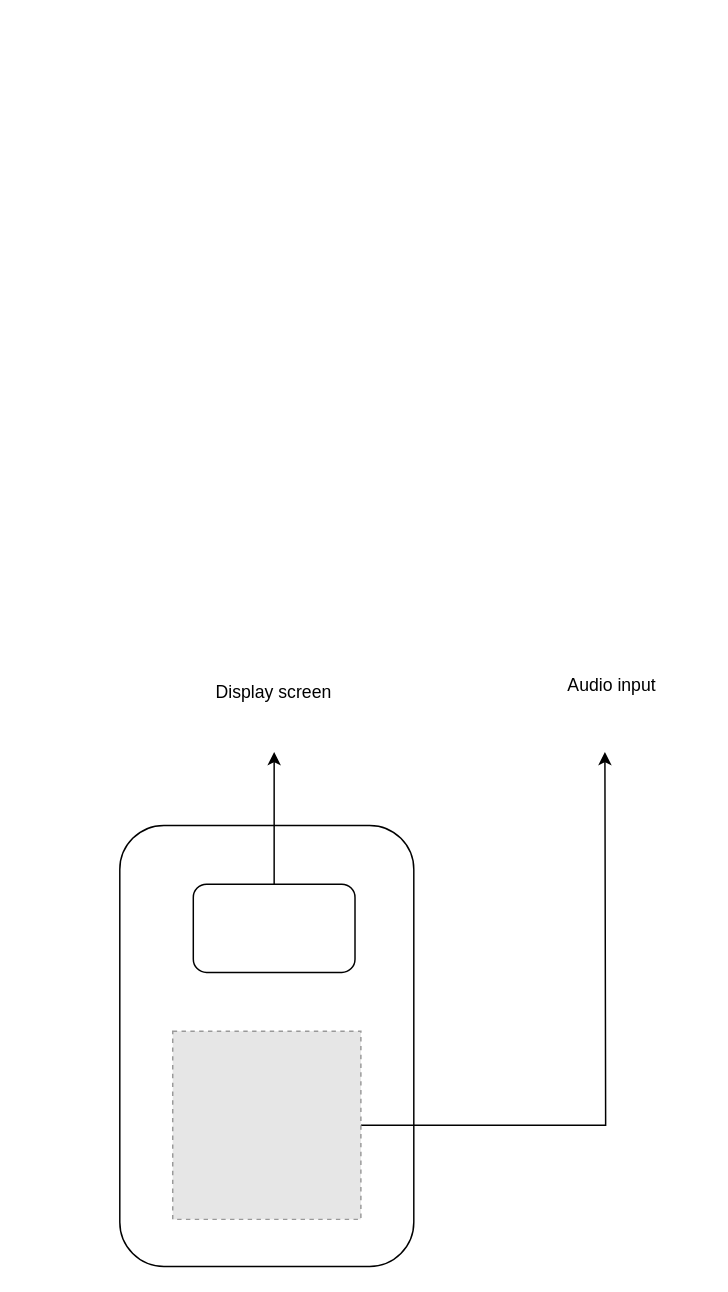
The draw.io diagram page "Design 3" (5 of 10) of Elevator-design.drawio in abhishekori/design, before the edit. Source tidied: cells renumbered, new cells numbered last; positions are measured from the earlier drawing's top-left corner, leaving out a move shared by most shapes. Both pictures are drawn from the tidied source at 147%, with x=0, y=0 at pixel (119, 648). Pictures stored in the file or linked from it are replaced by grey dashed boxes.
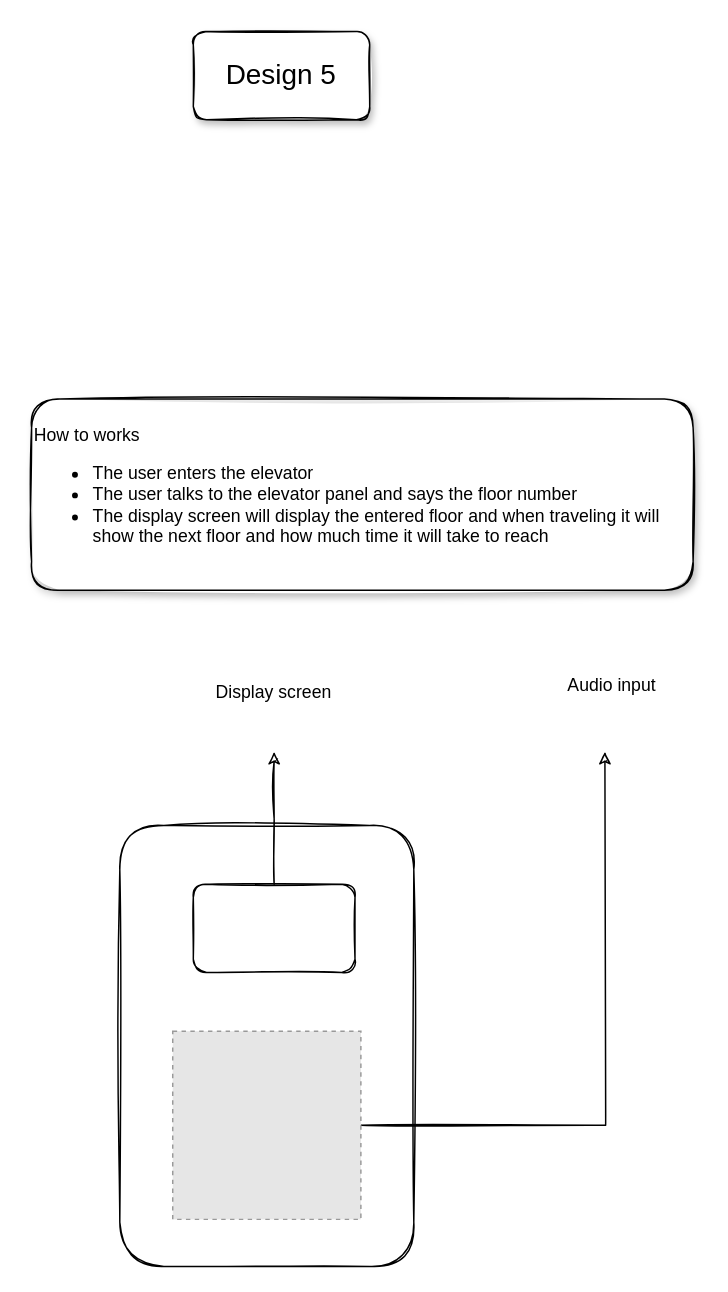
The same page after the edit.

What changed in the source:
```diff
@@
 <mxGraphModel>
   <root>
     <mxCell id="0" />
     <mxCell id="1" parent="0" />
-    <mxCell id="2" style="rounded=1;whiteSpace=wrap;html=1;rotation=0;" parent="1" vertex="1">
+    <mxCell id="2" style="rounded=1;whiteSpace=wrap;html=1;rotation=0;sketch=1;" parent="1" vertex="1">
       <mxGeometry y="120" width="200" height="300" as="geometry" />
     </mxCell>
-    <mxCell id="3" style="edgeStyle=orthogonalEdgeStyle;rounded=0;jettySize=auto;html=1;" parent="1" edge="1" source="4">
+    <mxCell id="3" style="edgeStyle=orthogonalEdgeStyle;rounded=0;jettySize=auto;html=1;sketch=1;" parent="1" edge="1" source="4">
       <mxGeometry relative="1" as="geometry">
         <mxPoint x="105" y="70" as="targetPoint" />
       </mxGeometry>
     </mxCell>
-    <mxCell id="4" style="rounded=1;whiteSpace=wrap;html=1;" parent="1" vertex="1">
+    <mxCell id="4" style="rounded=1;whiteSpace=wrap;html=1;sketch=1;" parent="1" vertex="1">
       <mxGeometry x="50" y="160" width="110" height="60" as="geometry" />
     </mxCell>
-    <mxCell id="5" style="edgeStyle=orthogonalEdgeStyle;rounded=0;jettySize=auto;html=1;" parent="1" edge="1" source="6">
+    <mxCell id="5" style="edgeStyle=orthogonalEdgeStyle;rounded=0;jettySize=auto;html=1;sketch=1;" parent="1" edge="1" source="6">
       <mxGeometry relative="1" as="geometry">
         <mxPoint x="330" y="70" as="targetPoint" />
       </mxGeometry>
     </mxCell>
     <mxCell id="6" style="fillColor=#E6E6E6;strokeColor=#999999;dashed=1;html=1;verticalAlign=top;verticalLabelPosition=bottom;labelBackgroundColor=#ffffff;" parent="1" vertex="1">
       <mxGeometry x="36" y="260" width="128" height="128" as="geometry" />
     </mxCell>
-    <mxCell id="7" value="Display screen" style="text;html=1;strokeColor=none;fillColor=none;align=center;verticalAlign=middle;whiteSpace=wrap;rounded=0;" parent="1" vertex="1">
+    <mxCell id="7" value="Display screen" style="text;html=1;strokeColor=none;fillColor=none;align=center;verticalAlign=middle;whiteSpace=wrap;rounded=0;sketch=1;" parent="1" vertex="1">
       <mxGeometry x="50" y="20" width="110" height="20" as="geometry" />
     </mxCell>
-    <mxCell id="8" value="Audio input" style="text;html=1;strokeColor=none;fillColor=none;align=center;verticalAlign=middle;whiteSpace=wrap;rounded=0;" parent="1" vertex="1">
+    <mxCell id="8" value="Audio input" style="text;html=1;strokeColor=none;fillColor=none;align=center;verticalAlign=middle;whiteSpace=wrap;rounded=0;sketch=1;" parent="1" vertex="1">
       <mxGeometry x="290" width="90" height="50" as="geometry" />
     </mxCell>
+    <mxCell id="9" value="How to works&lt;br&gt;&lt;ul&gt;&lt;li&gt;The user enters the elevator&lt;/li&gt;&lt;li&gt;The user talks to the elevator panel and says the floor number&lt;/li&gt;&lt;li&gt;The display screen will display the entered floor and when traveling it will show the next floor and how much time it will take to reach&lt;/li&gt;&lt;/ul&gt;" style="text;html=1;align=left;verticalAlign=middle;whiteSpace=wrap;rounded=1;fillColor=#ffffff;gradientColor=#ffffff;shadow=1;sketch=1;strokeColor=#000000;" parent="1" vertex="1">
+      <mxGeometry x="-60" y="-170" width="450" height="130" as="geometry" />
+    </mxCell>
+    <mxCell id="10" value="&lt;font style=&quot;font-size: 19px&quot;&gt;Design 5&lt;/font&gt;" style="rounded=1;whiteSpace=wrap;html=1;shadow=1;glass=0;sketch=1;strokeColor=#000000;fillColor=#ffffff;gradientColor=#ffffff;" parent="1" vertex="1">
+      <mxGeometry x="50" y="-420" width="120" height="60" as="geometry" />
+    </mxCell>
   </root>
 </mxGraphModel>
```
